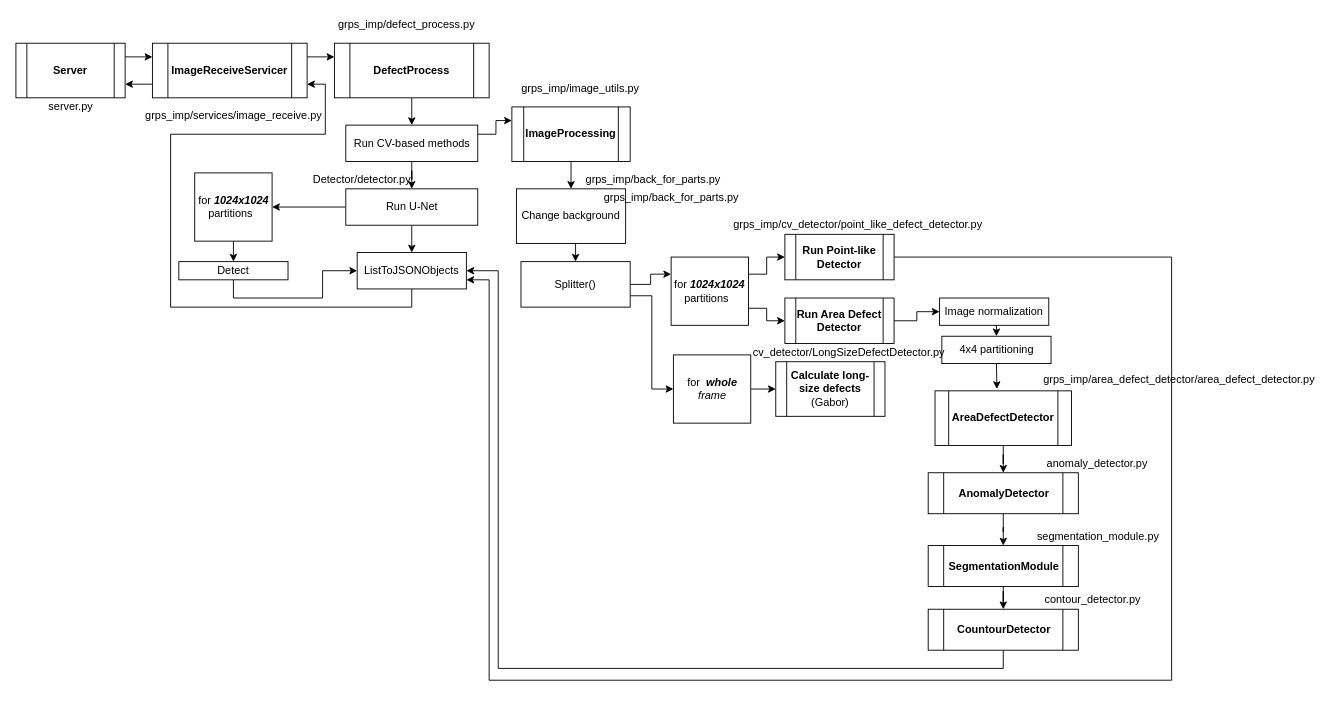
The draw.io diagram lacit_degectService.drawio in Mike335207/work, before the edit. Source tidied: cells renumbered, new cells numbered last; positions are measured from the earlier drawing's top-left corner, leaving out a move shared by most shapes. Both pictures are drawn from the tidied source at 91%, with x=0, y=0 at pixel (15, 15).
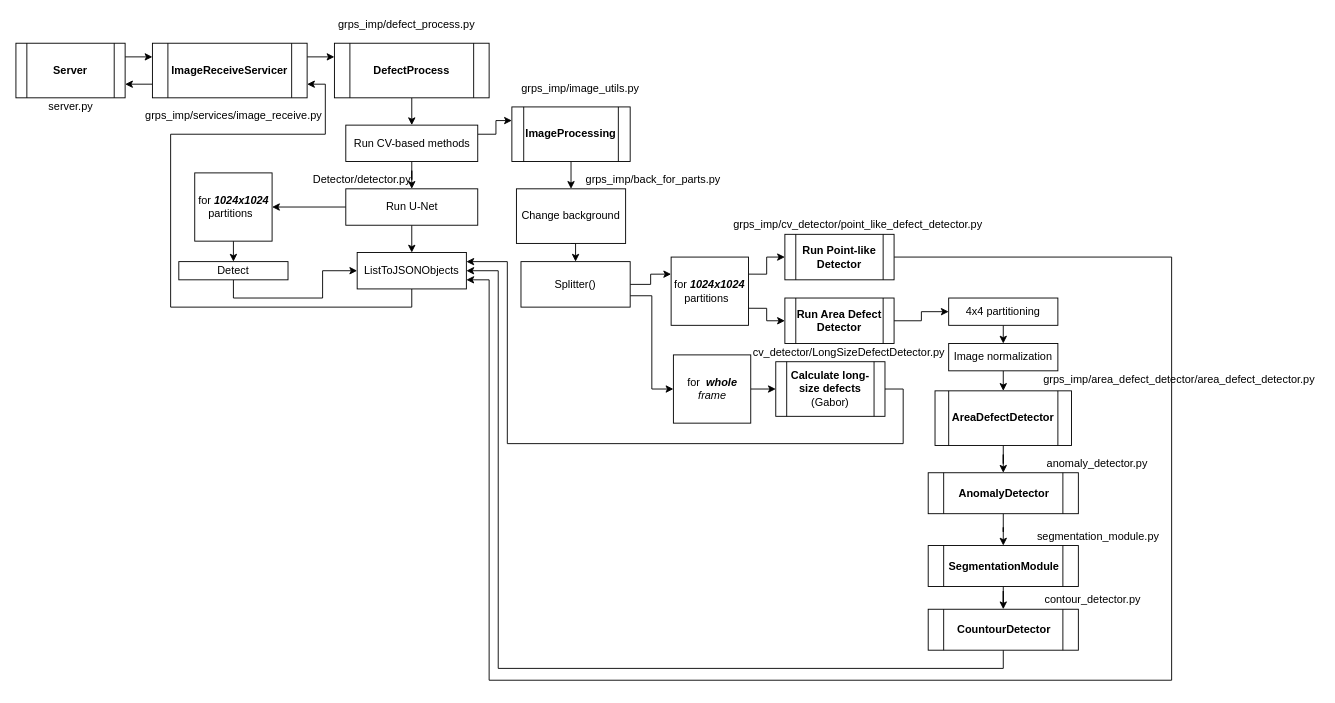
The same page after the edit.

Unchanged cells that the change refers to:
```xml
<mxCell id="27" value="Calculate long-size defects&lt;br&gt;&lt;span style=&quot;font-weight: normal&quot;&gt;(Gabor)&lt;/span&gt;" style="shape=process;whiteSpace=wrap;html=1;backgroundOutline=1;fontStyle=1;" parent="1" vertex="1">
  <mxGeometry x="835" y="380" width="120" height="60" as="geometry" />
</mxCell>
<mxCell id="31" value="Run Area Defect Detector" style="shape=process;whiteSpace=wrap;html=1;backgroundOutline=1;fontStyle=1;" parent="1" vertex="1">
  <mxGeometry x="845" y="310" width="120" height="50" as="geometry" />
</mxCell>
<mxCell id="44" value="AreaDefectDetector" style="shape=process;whiteSpace=wrap;html=1;backgroundOutline=1;fontStyle=1;" parent="1" vertex="1">
  <mxGeometry x="1010" y="412" width="150" height="60" as="geometry" />
</mxCell>
<mxCell id="62" value="ListToJSONObjects" style="rounded=0;whiteSpace=wrap;html=1;" parent="1" vertex="1">
  <mxGeometry x="375" y="260" width="120" height="40" as="geometry" />
</mxCell>
```

Change to the diagram source:
```diff
@@
+    <mxCell id="63" style="edgeStyle=orthogonalEdgeStyle;rounded=0;jettySize=auto;html=1;exitX=1;exitY=0.5;exitDx=0;exitDy=0;entryX=1;entryY=0.25;entryDx=0;entryDy=0;" parent="1" edge="1" source="27" target="62">
+      <mxGeometry relative="1" as="geometry">
+        <Array as="points">
+          <mxPoint x="975" y="410" />
+          <mxPoint x="975" y="470" />
+          <mxPoint x="540" y="470" />
+          <mxPoint x="540" y="270" />
+        </Array>
+      </mxGeometry>
+    </mxCell>
@@
-    <mxCell id="30" style="edgeStyle=orthogonalEdgeStyle;rounded=0;jettySize=auto;html=1;exitX=1;exitY=0.5;exitDx=0;exitDy=0;entryX=0;entryY=0.5;entryDx=0;entryDy=0;" parent="1" edge="1" source="31" target="39">
-      <mxGeometry relative="1" as="geometry" />
-    </mxCell>
+    <mxCell id="64" style="edgeStyle=orthogonalEdgeStyle;rounded=0;jettySize=auto;html=1;exitX=1;exitY=0.5;exitDx=0;exitDy=0;entryX=0;entryY=0.5;entryDx=0;entryDy=0;" parent="1" edge="1" source="31" target="42">
+      <mxGeometry relative="1" as="geometry" />
+    </mxCell>
@@
-    <mxCell id="38" style="edgeStyle=orthogonalEdgeStyle;rounded=0;jettySize=auto;html=1;exitX=0.5;exitY=1;exitDx=0;exitDy=0;entryX=0.5;entryY=0;entryDx=0;entryDy=0;" parent="1" edge="1" source="39" target="42">
-      <mxGeometry relative="1" as="geometry" />
-    </mxCell>
+    <mxCell id="65" style="edgeStyle=orthogonalEdgeStyle;rounded=0;jettySize=auto;html=1;exitX=0.5;exitY=1;exitDx=0;exitDy=0;entryX=0.5;entryY=0;entryDx=0;entryDy=0;" parent="1" edge="1" source="39" target="44">
+      <mxGeometry relative="1" as="geometry" />
+    </mxCell>
     <mxCell id="39" value="Image normalization" style="rounded=0;whiteSpace=wrap;html=1;" parent="1" vertex="1">
-      <mxGeometry x="1015" y="310" width="120" height="30" as="geometry" />
+      <mxGeometry x="1025" y="360" width="120" height="30" as="geometry" />
     </mxCell>
-    <mxCell id="40" value="grps_imp/back_for_parts.py" style="text;html=1;align=center;verticalAlign=middle;" parent="1" vertex="1">
-      <mxGeometry x="640" y="190" width="160" height="20" as="geometry" />
-    </mxCell>
-    <mxCell id="41" style="edgeStyle=orthogonalEdgeStyle;rounded=0;jettySize=auto;html=1;exitX=0.5;exitY=1;exitDx=0;exitDy=0;" parent="1" edge="1" source="42">
-      <mxGeometry relative="1" as="geometry">
-        <mxPoint x="1078" y="410" as="targetPoint" />
-      </mxGeometry>
-    </mxCell>
+    <mxCell id="66" style="edgeStyle=orthogonalEdgeStyle;rounded=0;jettySize=auto;html=1;exitX=0.5;exitY=1;exitDx=0;exitDy=0;entryX=0.5;entryY=0;entryDx=0;entryDy=0;" parent="1" edge="1" source="42" target="39">
+      <mxGeometry relative="1" as="geometry" />
+    </mxCell>
     <mxCell id="42" value="4x4 partitioning" style="rounded=0;whiteSpace=wrap;html=1;" parent="1" vertex="1">
-      <mxGeometry x="1017.5" y="352" width="120" height="30" as="geometry" />
+      <mxGeometry x="1025" y="310" width="120" height="30" as="geometry" />
     </mxCell>
@@
+    <mxCell id="67" style="edgeStyle=orthogonalEdgeStyle;rounded=0;orthogonalLoop=1;jettySize=auto;html=1;exitX=0.5;exitY=1;exitDx=0;exitDy=0;" parent="1" edge="1" source="39" target="39">
+      <mxGeometry relative="1" as="geometry" />
+    </mxCell>
```
